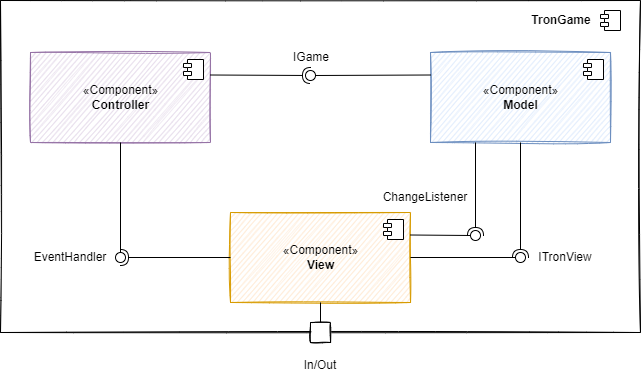
sckoenig/Distributed-Tron keeps this draw.io diagram as diagrams/bs_layer1.png. Above is the earlier version. Source tidied: cells renumbered, new cells last; positions are measured from the earlier drawing's top-left corner, leaving out a move shared by most shapes.
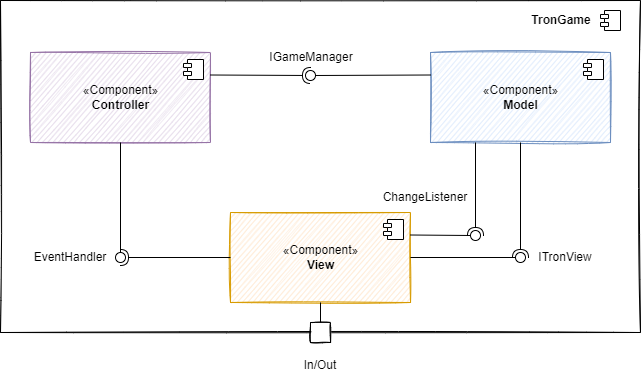
Above is the later version.

What changed in the source:
```diff
@@ -38,7 +38,7 @@
     <mxCell id="11" style="ellipse;whiteSpace=wrap;html=1;align=center;points=[];outlineConnect=0;sketch=0;" parent="1" vertex="1">
       <mxGeometry x="305" y="70" width="10" height="10" as="geometry" />
     </mxCell>
-    <mxCell id="12" value="IGame" style="text;html=1;strokeColor=none;fillColor=none;align=center;verticalAlign=middle;whiteSpace=wrap;rounded=0;" parent="1" vertex="1">
+    <mxCell id="12" value="IGameManager" style="text;html=1;strokeColor=none;fillColor=none;align=center;verticalAlign=middle;whiteSpace=wrap;rounded=0;" parent="1" vertex="1">
       <mxGeometry x="281" y="42" width="60" height="30" as="geometry" />
     </mxCell>
     <mxCell id="13" value="ITronView" style="text;html=1;strokeColor=none;fillColor=none;align=center;verticalAlign=middle;whiteSpace=wrap;rounded=0;" parent="1" vertex="1">
```
